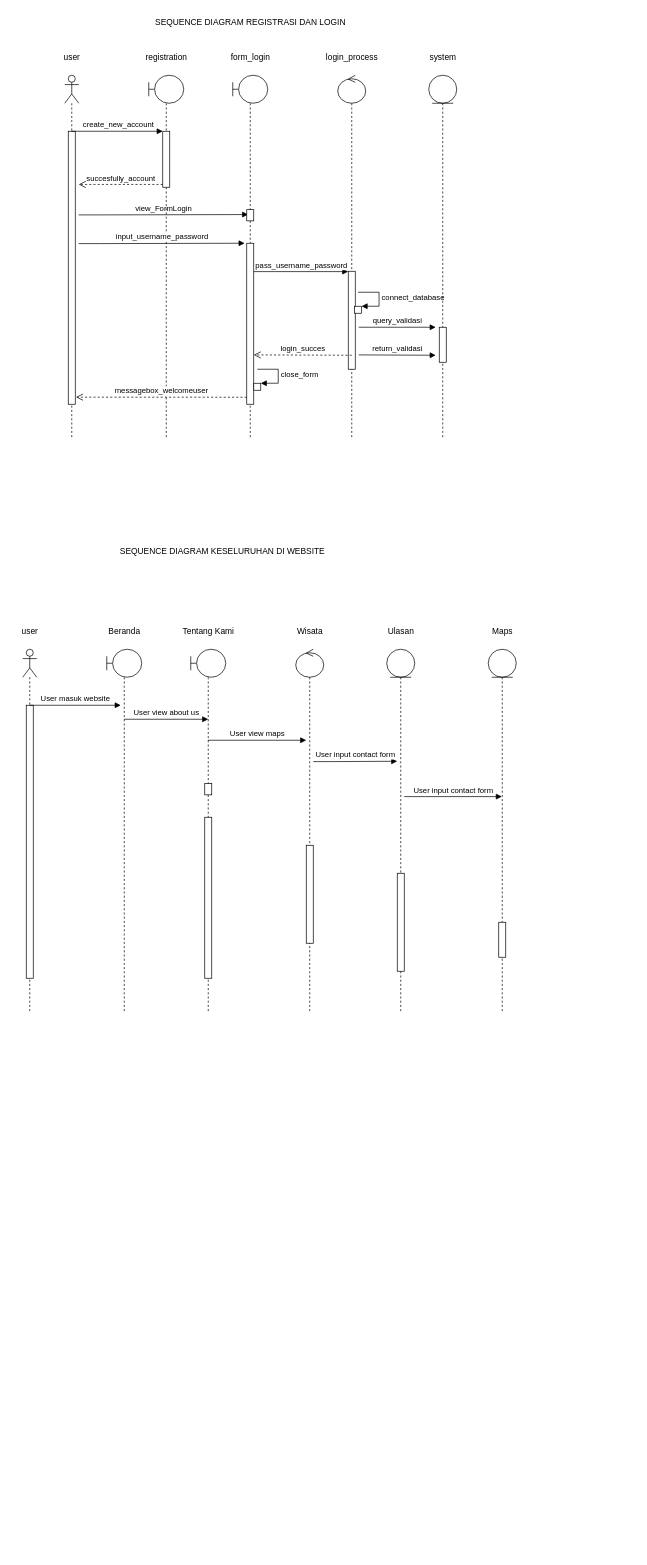
This is page "Page-19" (45 of 62) of Untitled Diagram.drawio from Jeremia0910/SJSI, a draw.io file, before an edit. Source tidied: cells renumbered, new cells numbered last; positions are measured from the earlier drawing's top-left corner, leaving out a move shared by most shapes. Both pictures are drawn from the tidied source at 70%, with x=0, y=0 at pixel (12, 12).
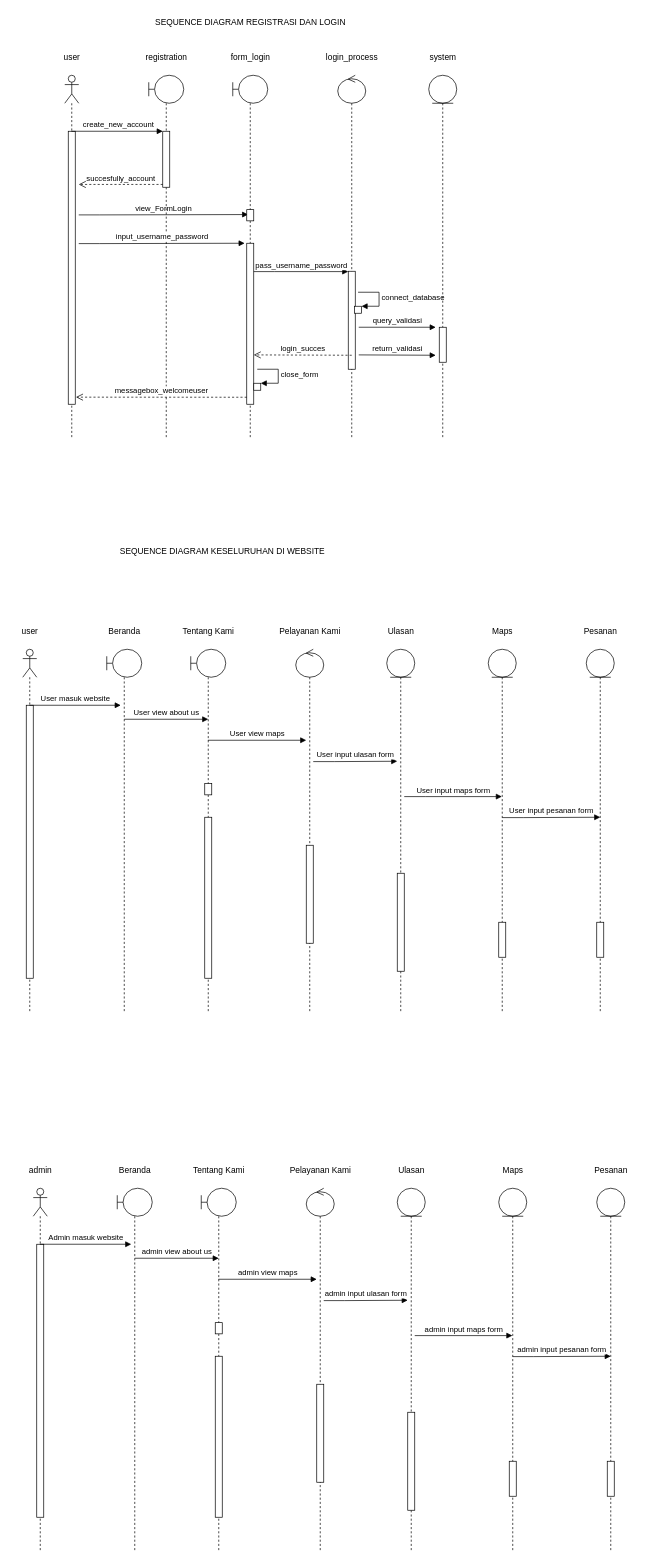
The same page after the edit.

The change refers to these unchanged cells:
```xml
<mxCell id="52" style="shape=umlLifeline;participant=umlEntity;perimeter=lifelinePerimeter;whiteSpace=wrap;html=1;verticalAlign=top;spacingTop=36;outlineConnect=0;" parent="1" vertex="1">
  <mxGeometry x="680" y="910" width="40" height="520" as="geometry" />
</mxCell>
```

The edit, as a diff of the source:
```diff
@@
-    <mxCell id="46" value="Wisata" style="text;html=1;align=center;verticalAlign=middle;strokeColor=none;fillColor=none;" parent="1" vertex="1">
-      <mxGeometry x="395" y="870" width="60" height="30" as="geometry" />
+    <mxCell id="46" value="Pelayanan Kami" style="text;html=1;align=center;verticalAlign=middle;strokeColor=none;fillColor=none;" parent="1" vertex="1">
+      <mxGeometry x="370" y="870" width="110" height="30" as="geometry" />
     </mxCell>
@@
-    <mxCell id="50" value="User input contact form" style="html=1;verticalAlign=bottom;endArrow=block;rounded=0;" parent="1" edge="1">
+    <mxCell id="50" value="User input ulasan form" style="html=1;verticalAlign=bottom;endArrow=block;rounded=0;" parent="1" edge="1">
       <mxGeometry relative="1" as="geometry">
         <mxPoint x="430" y="1070.5" as="sourcePoint" />
         <mxPoint x="550" y="1070" as="targetPoint" />
         <Array as="points">
           <mxPoint x="460" y="1070.5" />
         </Array>
       </mxGeometry>
     </mxCell>
@@
-    <mxCell id="55" value="User input contact form" style="html=1;verticalAlign=bottom;endArrow=block;rounded=0;" parent="1" edge="1" target="52">
+    <mxCell id="55" value="User input maps form" style="html=1;verticalAlign=bottom;endArrow=block;rounded=0;" parent="1" edge="1" target="52">
       <mxGeometry relative="1" as="geometry">
         <mxPoint x="560" y="1120.5" as="sourcePoint" />
         <Array as="points">
           <mxPoint x="590" y="1120.5" />
         </Array>
       </mxGeometry>
     </mxCell>
+    <mxCell id="56" style="shape=umlLifeline;participant=umlEntity;perimeter=lifelinePerimeter;whiteSpace=wrap;html=1;verticalAlign=top;spacingTop=36;" parent="1" vertex="1">
+      <mxGeometry x="820" y="910" width="40" height="520" as="geometry" />
+    </mxCell>
+    <mxCell id="57" style="html=1;perimeter=orthogonalPerimeter;" parent="56" vertex="1">
+      <mxGeometry x="15" y="390" width="10" height="50" as="geometry" />
+    </mxCell>
+    <mxCell id="58" value="User input pesanan form" style="html=1;verticalAlign=bottom;endArrow=block;rounded=0;" parent="1" edge="1">
+      <mxGeometry relative="1" as="geometry">
+        <mxPoint x="700" y="1150.5" as="sourcePoint" />
+        <mxPoint x="840" y="1150" as="targetPoint" />
+        <Array as="points">
+          <mxPoint x="730" y="1150.5" />
+        </Array>
+      </mxGeometry>
+    </mxCell>
+    <mxCell id="59" value="Pesanan" style="text;html=1;align=center;verticalAlign=middle;strokeColor=none;fillColor=none;" parent="1" vertex="1">
+      <mxGeometry x="805" y="870" width="70" height="30" as="geometry" />
+    </mxCell>
+    <mxCell id="60" style="shape=umlLifeline;participant=umlActor;perimeter=lifelinePerimeter;whiteSpace=wrap;html=1;verticalAlign=top;spacingTop=36;outlineConnect=0;" parent="1" vertex="1">
+      <mxGeometry x="30" y="1680" width="20" height="520" as="geometry" />
+    </mxCell>
+    <mxCell id="61" style="html=1;perimeter=orthogonalPerimeter;" parent="60" vertex="1">
+      <mxGeometry x="5" y="80" width="10" height="390" as="geometry" />
+    </mxCell>
+    <mxCell id="62" style="shape=umlLifeline;participant=umlBoundary;perimeter=lifelinePerimeter;whiteSpace=wrap;html=1;verticalAlign=top;spacingTop=36;" parent="1" vertex="1">
+      <mxGeometry x="150" y="1680" width="50" height="520" as="geometry" />
+    </mxCell>
+    <mxCell id="63" value="Admin masuk website" style="html=1;verticalAlign=bottom;endArrow=block;entryX=0;entryY=0;rounded=0;" parent="1" edge="1" source="60">
+      <mxGeometry relative="1" as="geometry">
+        <mxPoint x="170" y="1760" as="targetPoint" />
+      </mxGeometry>
+    </mxCell>
+    <mxCell id="64" style="shape=umlLifeline;participant=umlBoundary;perimeter=lifelinePerimeter;whiteSpace=wrap;html=1;verticalAlign=top;spacingTop=36;outlineConnect=0;" parent="1" vertex="1">
+      <mxGeometry x="270" y="1680" width="50" height="520" as="geometry" />
+    </mxCell>
+    <mxCell id="65" style="html=1;perimeter=orthogonalPerimeter;" parent="64" vertex="1">
+      <mxGeometry x="20" y="192" width="10" height="16" as="geometry" />
+    </mxCell>
+    <mxCell id="66" style="html=1;perimeter=orthogonalPerimeter;" parent="64" vertex="1">
+      <mxGeometry x="20" y="240" width="10" height="230" as="geometry" />
+    </mxCell>
+    <mxCell id="67" style="shape=umlLifeline;participant=umlControl;perimeter=lifelinePerimeter;whiteSpace=wrap;html=1;verticalAlign=top;spacingTop=36;" parent="1" vertex="1">
+      <mxGeometry x="420" y="1680" width="40" height="520" as="geometry" />
+    </mxCell>
+    <mxCell id="68" style="html=1;perimeter=orthogonalPerimeter;" parent="67" vertex="1">
+      <mxGeometry x="15" y="280" width="10" height="140" as="geometry" />
+    </mxCell>
+    <mxCell id="69" style="shape=umlLifeline;participant=umlEntity;perimeter=lifelinePerimeter;whiteSpace=wrap;html=1;verticalAlign=top;spacingTop=36;" parent="1" vertex="1">
+      <mxGeometry x="550" y="1680" width="40" height="520" as="geometry" />
+    </mxCell>
+    <mxCell id="70" style="html=1;perimeter=orthogonalPerimeter;" parent="69" vertex="1">
+      <mxGeometry x="15" y="320" width="10" height="140" as="geometry" />
+    </mxCell>
+    <mxCell id="71" value="admin" style="text;html=1;align=center;verticalAlign=middle;strokeColor=none;fillColor=none;" parent="1" vertex="1">
+      <mxGeometry x="10" y="1640" width="60" height="30" as="geometry" />
+    </mxCell>
+    <mxCell id="72" value="Beranda" style="text;html=1;align=center;verticalAlign=middle;strokeColor=none;fillColor=none;" parent="1" vertex="1">
+      <mxGeometry x="145" y="1640" width="60" height="30" as="geometry" />
+    </mxCell>
+    <mxCell id="73" value="Tentang Kami" style="text;html=1;align=center;verticalAlign=middle;strokeColor=none;fillColor=none;" parent="1" vertex="1">
+      <mxGeometry x="250" y="1640" width="90" height="30" as="geometry" />
+    </mxCell>
+    <mxCell id="74" value="Pelayanan Kami" style="text;html=1;align=center;verticalAlign=middle;strokeColor=none;fillColor=none;" parent="1" vertex="1">
+      <mxGeometry x="385" y="1640" width="110" height="30" as="geometry" />
+    </mxCell>
+    <mxCell id="75" value="Ulasan" style="text;html=1;align=center;verticalAlign=middle;strokeColor=none;fillColor=none;" parent="1" vertex="1">
+      <mxGeometry x="540" y="1640" width="60" height="30" as="geometry" />
+    </mxCell>
+    <mxCell id="76" value="admin view about us" style="html=1;verticalAlign=bottom;endArrow=block;rounded=0;" parent="1" edge="1">
+      <mxGeometry relative="1" as="geometry">
+        <mxPoint x="175" y="1780" as="sourcePoint" />
+        <mxPoint x="295" y="1780" as="targetPoint" />
+      </mxGeometry>
+    </mxCell>
+    <mxCell id="77" value="admin view maps" style="html=1;verticalAlign=bottom;endArrow=block;entryX=0;entryY=0;rounded=0;" parent="1" edge="1" source="64">
+      <mxGeometry relative="1" as="geometry">
+        <mxPoint x="435" y="1810" as="targetPoint" />
+      </mxGeometry>
+    </mxCell>
+    <mxCell id="78" value="admin input ulasan form" style="html=1;verticalAlign=bottom;endArrow=block;rounded=0;" parent="1" edge="1">
+      <mxGeometry relative="1" as="geometry">
+        <mxPoint x="445" y="1840.5" as="sourcePoint" />
+        <mxPoint x="565" y="1840" as="targetPoint" />
+        <Array as="points">
+          <mxPoint x="475" y="1840.5" />
+        </Array>
+      </mxGeometry>
+    </mxCell>
+    <mxCell id="79" style="shape=umlLifeline;participant=umlEntity;perimeter=lifelinePerimeter;whiteSpace=wrap;html=1;verticalAlign=top;spacingTop=36;outlineConnect=0;" parent="1" vertex="1">
+      <mxGeometry x="695" y="1680" width="40" height="520" as="geometry" />
+    </mxCell>
+    <mxCell id="80" style="html=1;perimeter=orthogonalPerimeter;" parent="79" vertex="1">
+      <mxGeometry x="15" y="390" width="10" height="50" as="geometry" />
+    </mxCell>
+    <mxCell id="81" value="Maps" style="text;html=1;align=center;verticalAlign=middle;strokeColor=none;fillColor=none;" parent="1" vertex="1">
+      <mxGeometry x="690" y="1640" width="50" height="30" as="geometry" />
+    </mxCell>
+    <mxCell id="82" value="admin input maps form" style="html=1;verticalAlign=bottom;endArrow=block;rounded=0;" parent="1" edge="1" target="79">
+      <mxGeometry relative="1" as="geometry">
+        <mxPoint x="575" y="1890.5" as="sourcePoint" />
+      </mxGeometry>
+    </mxCell>
+    <mxCell id="83" style="shape=umlLifeline;participant=umlEntity;perimeter=lifelinePerimeter;whiteSpace=wrap;html=1;verticalAlign=top;spacingTop=36;" parent="1" vertex="1">
+      <mxGeometry x="835" y="1680" width="40" height="520" as="geometry" />
+    </mxCell>
+    <mxCell id="84" style="html=1;perimeter=orthogonalPerimeter;" parent="83" vertex="1">
+      <mxGeometry x="15" y="390" width="10" height="50" as="geometry" />
+    </mxCell>
+    <mxCell id="85" value="admin input pesanan form" style="html=1;verticalAlign=bottom;endArrow=block;rounded=0;" parent="1" edge="1">
+      <mxGeometry relative="1" as="geometry">
+        <mxPoint x="715" y="1920.5" as="sourcePoint" />
+        <mxPoint x="855" y="1920" as="targetPoint" />
+        <Array as="points">
+          <mxPoint x="745" y="1920.5" />
+        </Array>
+      </mxGeometry>
+    </mxCell>
+    <mxCell id="86" value="Pesanan" style="text;html=1;align=center;verticalAlign=middle;strokeColor=none;fillColor=none;" parent="1" vertex="1">
+      <mxGeometry x="820" y="1640" width="70" height="30" as="geometry" />
+    </mxCell>
```
